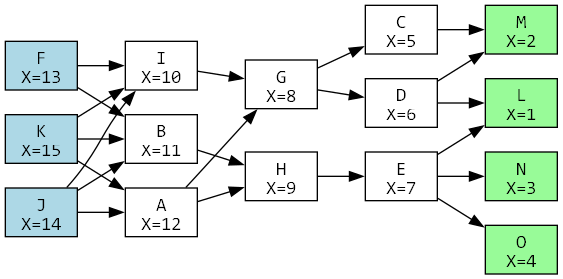
Earlier version of the Graphviz export seminar-21-2/bin/Debug/net8.0/graph.png (KKseniaK/AlgoPerm). Its source is kept beside it as seminar-21-2/bin/Debug/net8.0/graph.dot.
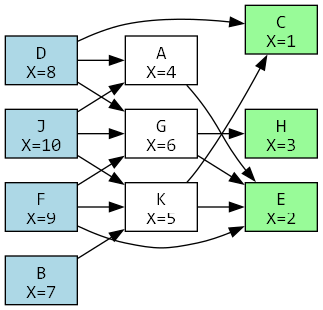
The same file after the commit.

What changed in the source:
```diff
@@ -1,40 +1,29 @@
 digraph G {
   rankdir=LR;
   node [shape=box, style=filled, fontname="Consolas"];
-  A [fillcolor="white", label="A\nX=12"];
-  B [fillcolor="white", label="B\nX=11"];
-  C [fillcolor="white", label="C\nX=5"];
-  D [fillcolor="white", label="D\nX=6"];
-  E [fillcolor="white", label="E\nX=7"];
-  F [fillcolor="lightblue", label="F\nX=13"];
-  G [fillcolor="white", label="G\nX=8"];
-  H [fillcolor="white", label="H\nX=9"];
-  I [fillcolor="white", label="I\nX=10"];
-  J [fillcolor="lightblue", label="J\nX=14"];
-  K [fillcolor="lightblue", label="K\nX=15"];
-  L [fillcolor="palegreen", label="L\nX=1"];
-  M [fillcolor="palegreen", label="M\nX=2"];
-  N [fillcolor="palegreen", label="N\nX=3"];
-  O [fillcolor="palegreen", label="O\nX=4"];
-  A -> G;
-  A -> H;
-  B -> H;
-  C -> M;
-  D -> L;
-  D -> M;
-  E -> L;
-  E -> N;
-  E -> O;
-  F -> B;
-  F -> I;
-  G -> C;
-  G -> D;
-  H -> E;
-  I -> G;
+  A [fillcolor="white", label="A\nX=4"];
+  B [fillcolor="lightblue", label="B\nX=7"];
+  C [fillcolor="palegreen", label="C\nX=1"];
+  D [fillcolor="lightblue", label="D\nX=8"];
+  E [fillcolor="palegreen", label="E\nX=2"];
+  F [fillcolor="lightblue", label="F\nX=9"];
+  G [fillcolor="white", label="G\nX=6"];
+  H [fillcolor="palegreen", label="H\nX=3"];
+  J [fillcolor="lightblue", label="J\nX=10"];
+  K [fillcolor="white", label="K\nX=5"];
+  A -> E;
+  B -> K;
+  D -> A;
+  D -> C;
+  D -> G;
+  F -> E;
+  F -> G;
+  F -> K;
+  G -> E;
+  G -> H;
   J -> A;
-  J -> B;
-  J -> I;
-  K -> A;
-  K -> B;
-  K -> I;
+  J -> G;
+  J -> K;
+  K -> C;
+  K -> E;
 }
```
